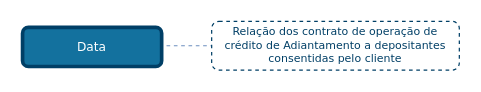
Above: draw_io_diagrams/unarranged_accounts_overdraft/TLD_UnarrangedAccOverdraft_List.drawio in OpenBanking-Brasil/areadesenvolvedor (draw.io), before the change. Source tidied: cells renumbered, new cells numbered last; positions are measured from the earlier drawing's top-left corner, leaving out a move shared by most shapes. Both pictures are drawn from the tidied source at 122%, with x=0, y=0 at pixel (22, 21).
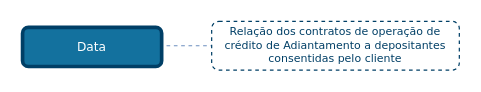
After the change.

The edit, as a diff of the source:
```diff
@@
 <mxGraphModel>
   <root>
     <mxCell id="0" />
     <mxCell id="1" parent="0" />
     <mxCell id="2" style="edgeStyle=none;rounded=1;jettySize=auto;html=1;entryX=0;entryY=0.5;entryDx=0;entryDy=0;dashed=1;endArrow=none;endFill=0;endSize=6;strokeColor=#6C8EBF;" parent="1" edge="1" target="3">
       <mxGeometry relative="1" as="geometry">
         <mxPoint x="118" y="20" as="sourcePoint" />
       </mxGeometry>
     </mxCell>
-    <mxCell id="3" value="&lt;font style=&quot;font-size: 9px&quot;&gt;Relação dos contrato de operação de crédito de Adiantamento a depositantes consentidas pelo cliente&lt;/font&gt;" style="rounded=1;whiteSpace=wrap;html=1;shadow=0;comic=0;strokeColor=#003F66;strokeWidth=1;fillColor=#ffffff;fontFamily=Verdana;fontSize=9;fontColor=#003F66;dashed=1;spacingLeft=5;spacing=0;spacingRight=5;spacingBottom=5;spacingTop=5;align=center;verticalAlign=middle;gradientColor=#ffffff;" parent="1" vertex="1">
+    <mxCell id="3" value="&lt;font style=&quot;font-size: 9px&quot;&gt;Relação dos contratos de operação de crédito de Adiantamento a depositantes consentidas pelo cliente&lt;/font&gt;" style="rounded=1;whiteSpace=wrap;html=1;shadow=0;comic=0;strokeColor=#003F66;strokeWidth=1;fillColor=#ffffff;fontFamily=Verdana;fontSize=9;fontColor=#003F66;dashed=1;spacingLeft=5;spacing=0;spacingRight=5;spacingBottom=5;spacingTop=5;align=center;verticalAlign=middle;gradientColor=#ffffff;" parent="1" vertex="1">
       <mxGeometry x="155" width="203" height="40" as="geometry" />
     </mxCell>
     <mxCell id="4" value="Data" style="rounded=1;whiteSpace=wrap;html=1;comic=0;shadow=0;backgroundOutline=0;fixDash=0;strokeWidth=3;fontFamily=Verdana;fontStyle=0;labelBackgroundColor=none;labelBorderColor=none;fontSize=10;fillColor=#13719E;strokeColor=#003F66;fontColor=#ffffff;" parent="1" vertex="1">
       <mxGeometry y="5" width="114" height="32" as="geometry" />
     </mxCell>
   </root>
 </mxGraphModel>
```
